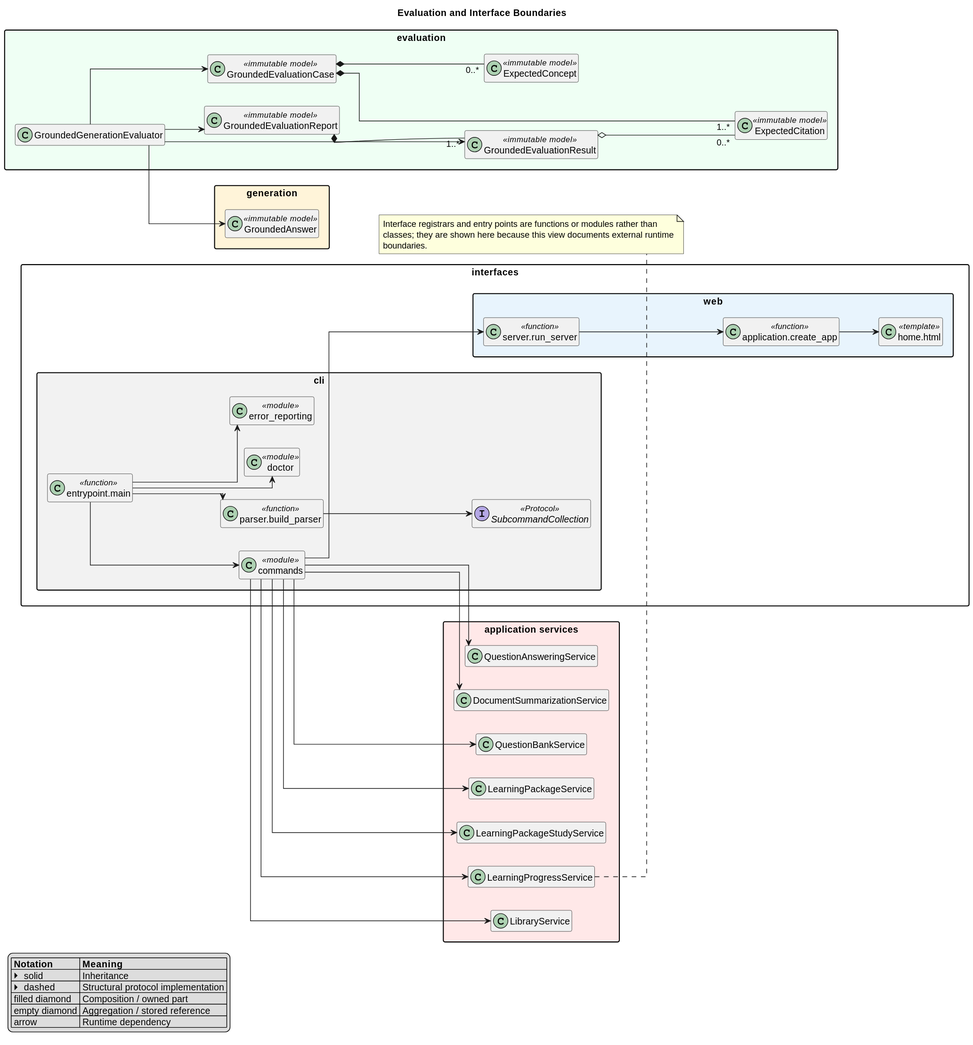
The PlantUML diagram docs/diagrams/evaluation-interfaces.svg in ebe542/rag-learning-assistant, before a commit.
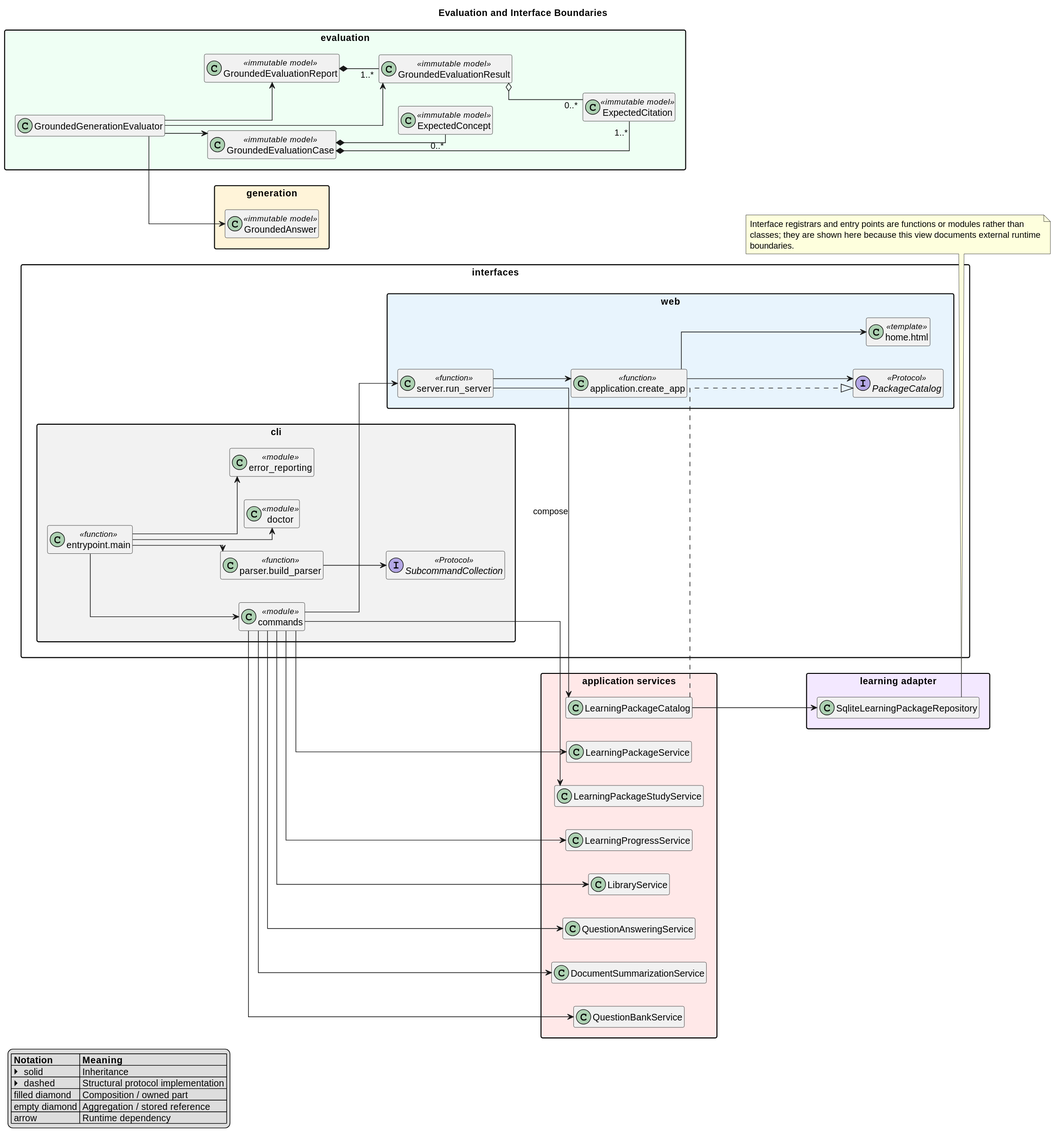
The same diagram one commit later.

Diff of the diagram source:
```diff
@@ -23,6 +23,7 @@
   class "error_reporting" as ErrorReporting <<module>>
 }
 package "interfaces.web" #E8F4FD {
+  interface PackageCatalog <<Protocol>>
   class "application.create_app" as WebApplication <<function>>
   class "server.run_server" as WebServer <<function>>
   class "home.html" as HomeTemplate <<template>>
@@ -33,8 +34,12 @@
   class DocumentSummarizationService
   class QuestionBankService
   class LearningPackageService
+  class LearningPackageCatalog
   class LearningPackageStudyService
   class LearningProgressService
+}
+package "learning adapter" #F3E8FF {
+  class SqliteLearningPackageRepository
 }
 
 GroundedEvaluationCase *-- "1..*" ExpectedCitation
@@ -60,6 +65,10 @@
 CliCommands --> WebServer
 WebServer --> WebApplication
 WebApplication --> HomeTemplate
+WebApplication --> PackageCatalog
+LearningPackageCatalog ..|> PackageCatalog
+WebServer --> LearningPackageCatalog : compose
+LearningPackageCatalog --> SqliteLearningPackageRepository
 
 note bottom
   Interface registrars and entry points are functions or modules rather than
```
